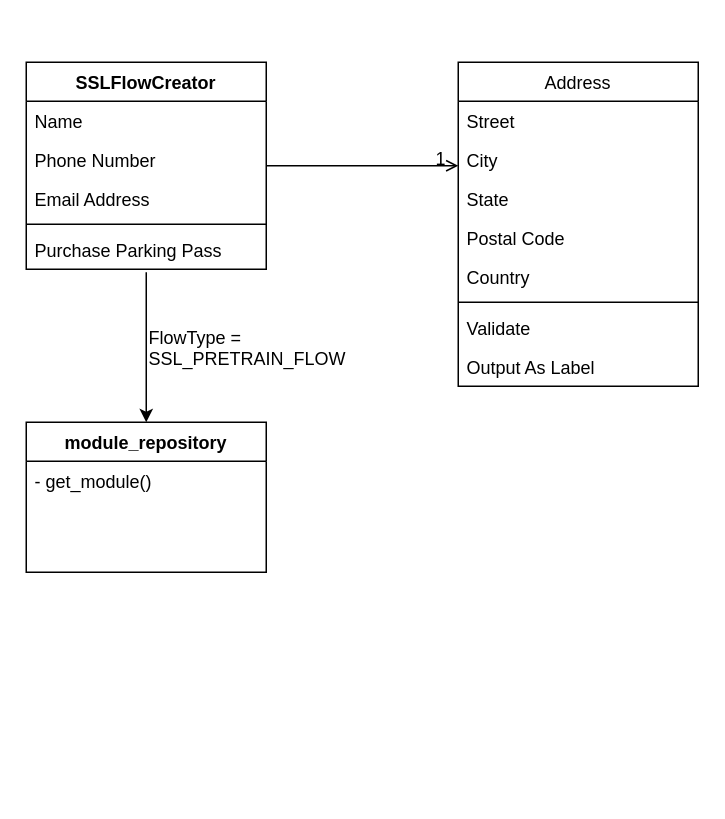
Before: Untitled Diagram.drawio in victoriamazo/victoriamazo.github.io, a draw.io diagram. Source tidied: cells renumbered, new cells numbered last; positions are measured from the earlier drawing's top-left corner, leaving out a move shared by most shapes. Both pictures are drawn from the tidied source at 150%, with x=0, y=0 at pixel (26, 62).
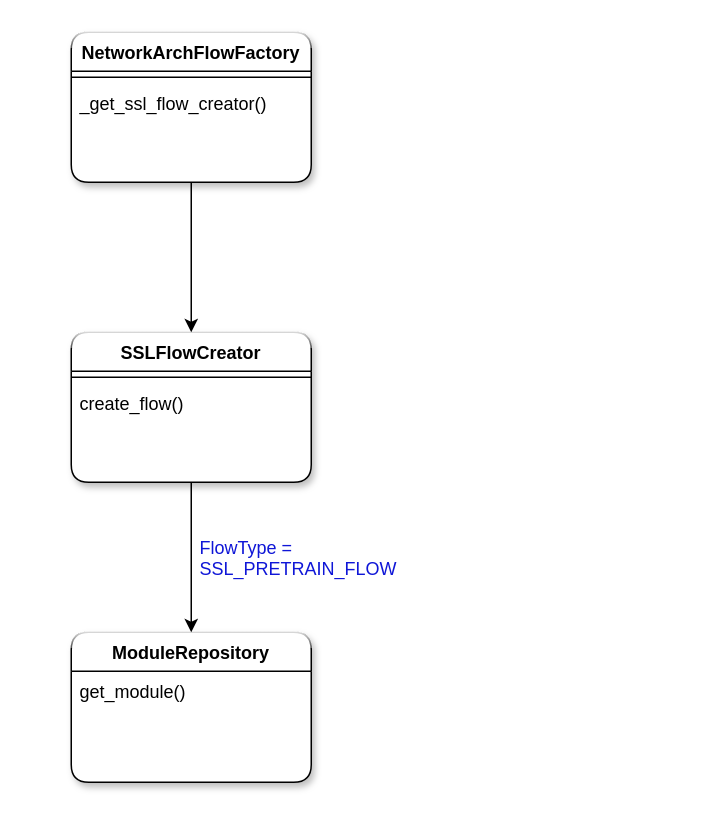
The same page after the edit.

What changed in the source:
```diff
@@
-    <mxCell id="2" value="SSLFlowCreator" style="swimlane;fontStyle=1;align=center;verticalAlign=top;horizontal=1;startSize=26;rounded=0;shadow=0;strokeWidth=1;" parent="1" vertex="1">
-      <mxGeometry width="160" height="138" as="geometry" />
+    <mxCell id="2" value="SSLFlowCreator" style="swimlane;fontStyle=1;align=center;verticalAlign=top;horizontal=1;startSize=26;rounded=1;shadow=1;strokeWidth=1;swimlaneFillColor=default;glass=1;" parent="1" vertex="1">
+      <mxGeometry x="30" y="180" width="160" height="100" as="geometry" />
     </mxCell>
-    <mxCell id="3" value="Name" style="text;align=left;verticalAlign=top;spacingLeft=4;spacingRight=4;overflow=hidden;" parent="2" vertex="1">
-      <mxGeometry y="26" width="160" height="26" as="geometry" />
-    </mxCell>
-    <mxCell id="4" value="Phone Number" style="text;align=left;verticalAlign=top;spacingLeft=4;spacingRight=4;overflow=hidden;rounded=0;shadow=0;html=0;" parent="2" vertex="1">
-      <mxGeometry y="52" width="160" height="26" as="geometry" />
-    </mxCell>
-    <mxCell id="5" value="Email Address" style="text;align=left;verticalAlign=top;spacingLeft=4;spacingRight=4;overflow=hidden;rounded=0;shadow=0;html=0;" parent="2" vertex="1">
-      <mxGeometry y="78" width="160" height="26" as="geometry" />
-    </mxCell>
     <mxCell id="6" style="line;html=1;strokeWidth=1;align=left;verticalAlign=middle;spacingTop=-1;spacingLeft=3;spacingRight=3;labelPosition=right;" parent="2" vertex="1">
-      <mxGeometry y="104" width="160" height="8" as="geometry" />
+      <mxGeometry y="26" width="160" height="8" as="geometry" />
     </mxCell>
-    <mxCell id="7" value="Purchase Parking Pass" style="text;align=left;verticalAlign=top;spacingLeft=4;spacingRight=4;overflow=hidden;" parent="2" vertex="1">
-      <mxGeometry y="112" width="160" height="26" as="geometry" />
+    <mxCell id="7" value="create_flow()" style="text;align=left;verticalAlign=top;spacingLeft=4;spacingRight=4;overflow=hidden;" parent="2" vertex="1">
+      <mxGeometry y="34" width="160" height="26" as="geometry" />
     </mxCell>
-    <mxCell id="8" value="module_repository" style="swimlane;fontStyle=1;align=center;verticalAlign=top;horizontal=1;startSize=26;rounded=0;shadow=0;strokeWidth=1;" parent="1" vertex="1">
-      <mxGeometry y="240" width="160" height="100" as="geometry" />
+    <mxCell id="8" value="ModuleRepository" style="swimlane;fontStyle=1;align=center;verticalAlign=top;horizontal=1;startSize=26;rounded=1;shadow=1;strokeWidth=1;swimlaneFillColor=default;glass=1;" parent="1" vertex="1">
+      <mxGeometry x="30" y="380" width="160" height="100" as="geometry" />
     </mxCell>
-    <mxCell id="9" value="- get_module()" style="text;align=left;verticalAlign=top;spacingLeft=4;spacingRight=4;overflow=hidden;" parent="8" vertex="1">
+    <mxCell id="9" value="get_module()" style="text;align=left;verticalAlign=top;spacingLeft=4;spacingRight=4;overflow=hidden;" parent="8" vertex="1">
       <mxGeometry y="26" width="160" height="26" as="geometry" />
     </mxCell>
-    <mxCell id="10" value="Address" style="swimlane;fontStyle=0;align=center;verticalAlign=top;horizontal=1;startSize=26;rounded=0;shadow=0;strokeWidth=1;" parent="1" vertex="1">
-      <mxGeometry x="288" width="160" height="216" as="geometry" />
-    </mxCell>
-    <mxCell id="11" value="Street" style="text;align=left;verticalAlign=top;spacingLeft=4;spacingRight=4;overflow=hidden;" parent="10" vertex="1">
-      <mxGeometry y="26" width="160" height="26" as="geometry" />
-    </mxCell>
-    <mxCell id="12" value="City" style="text;align=left;verticalAlign=top;spacingLeft=4;spacingRight=4;overflow=hidden;rounded=0;shadow=0;html=0;" parent="10" vertex="1">
-      <mxGeometry y="52" width="160" height="26" as="geometry" />
-    </mxCell>
-    <mxCell id="13" value="State" style="text;align=left;verticalAlign=top;spacingLeft=4;spacingRight=4;overflow=hidden;rounded=0;shadow=0;html=0;" parent="10" vertex="1">
-      <mxGeometry y="78" width="160" height="26" as="geometry" />
-    </mxCell>
-    <mxCell id="14" value="Postal Code" style="text;align=left;verticalAlign=top;spacingLeft=4;spacingRight=4;overflow=hidden;rounded=0;shadow=0;html=0;" parent="10" vertex="1">
-      <mxGeometry y="104" width="160" height="26" as="geometry" />
-    </mxCell>
-    <mxCell id="15" value="Country" style="text;align=left;verticalAlign=top;spacingLeft=4;spacingRight=4;overflow=hidden;rounded=0;shadow=0;html=0;" parent="10" vertex="1">
-      <mxGeometry y="130" width="160" height="26" as="geometry" />
-    </mxCell>
-    <mxCell id="16" style="line;html=1;strokeWidth=1;align=left;verticalAlign=middle;spacingTop=-1;spacingLeft=3;spacingRight=3;labelPosition=right;" parent="10" vertex="1">
-      <mxGeometry y="156" width="160" height="8" as="geometry" />
-    </mxCell>
-    <mxCell id="17" value="Validate" style="text;align=left;verticalAlign=top;spacingLeft=4;spacingRight=4;overflow=hidden;" parent="10" vertex="1">
-      <mxGeometry y="164" width="160" height="26" as="geometry" />
-    </mxCell>
-    <mxCell id="18" value="Output As Label" style="text;align=left;verticalAlign=top;spacingLeft=4;spacingRight=4;overflow=hidden;" parent="10" vertex="1">
-      <mxGeometry y="190" width="160" height="26" as="geometry" />
-    </mxCell>
-    <mxCell id="19" style="endArrow=open;shadow=0;strokeWidth=1;rounded=0;endFill=1;edgeStyle=elbowEdgeStyle;elbow=vertical;" parent="1" edge="1" source="2" target="10">
-      <mxGeometry x="0.5" y="41" relative="1" as="geometry">
-        <mxPoint x="-40" y="32" as="offset" />
-      </mxGeometry>
-    </mxCell>
-    <mxCell id="20" value="1" style="align=right;verticalAlign=bottom;labelBackgroundColor=none;fontSize=12;" parent="19" vertex="1">
-      <mxGeometry x="1" relative="1" as="geometry">
-        <mxPoint x="-7" y="4" as="offset" />
-      </mxGeometry>
-    </mxCell>
-    <mxCell id="21" value="FlowType = SSL_PRETRAIN_FLOW" style="text;whiteSpace=wrap;html=1;" parent="1" vertex="1">
-      <mxGeometry x="80" y="170" width="160" height="40" as="geometry" />
+    <mxCell id="21" value="&lt;font color=&quot;#0f16d7&quot;&gt;FlowType = SSL_PRETRAIN_FLOW&lt;/font&gt;" style="text;whiteSpace=wrap;html=1;" parent="1" vertex="1">
+      <mxGeometry x="114" y="310" width="160" height="40" as="geometry" />
     </mxCell>
     <mxCell id="22" style="endArrow=classic;html=1;rounded=0;entryX=0.5;entryY=0;entryDx=0;entryDy=0;" parent="1" edge="1" target="8">
       <mxGeometry x="-1" y="-166" relative="1" as="geometry">
-        <mxPoint x="80" y="140" as="sourcePoint" />
+        <mxPoint x="110" y="280" as="sourcePoint" />
         <mxPoint x="26" y="-90" as="offset" />
       </mxGeometry>
     </mxCell>
+    <mxCell id="23" value="NetworkArchFlowFactory" style="swimlane;fontStyle=1;align=center;verticalAlign=top;horizontal=1;startSize=26;rounded=1;shadow=1;strokeWidth=1;swimlaneFillColor=default;glass=1;" parent="1" vertex="1">
+      <mxGeometry x="30" y="-20" width="160" height="100" as="geometry" />
+    </mxCell>
+    <mxCell id="24" style="line;html=1;strokeWidth=1;align=left;verticalAlign=middle;spacingTop=-1;spacingLeft=3;spacingRight=3;labelPosition=right;" parent="23" vertex="1">
+      <mxGeometry y="26" width="160" height="8" as="geometry" />
+    </mxCell>
+    <mxCell id="25" value="_get_ssl_flow_creator()" style="text;align=left;verticalAlign=top;spacingLeft=4;spacingRight=4;overflow=hidden;" parent="23" vertex="1">
+      <mxGeometry y="34" width="160" height="26" as="geometry" />
+    </mxCell>
+    <mxCell id="26" style="endArrow=classic;html=1;rounded=0;entryX=0.5;entryY=0;entryDx=0;entryDy=0;" parent="1" edge="1">
+      <mxGeometry x="-1" y="-166" relative="1" as="geometry">
+        <mxPoint x="110" y="80" as="sourcePoint" />
+        <mxPoint x="110" y="180" as="targetPoint" />
+        <mxPoint x="26" y="-90" as="offset" />
+      </mxGeometry>
+    </mxCell>
```
